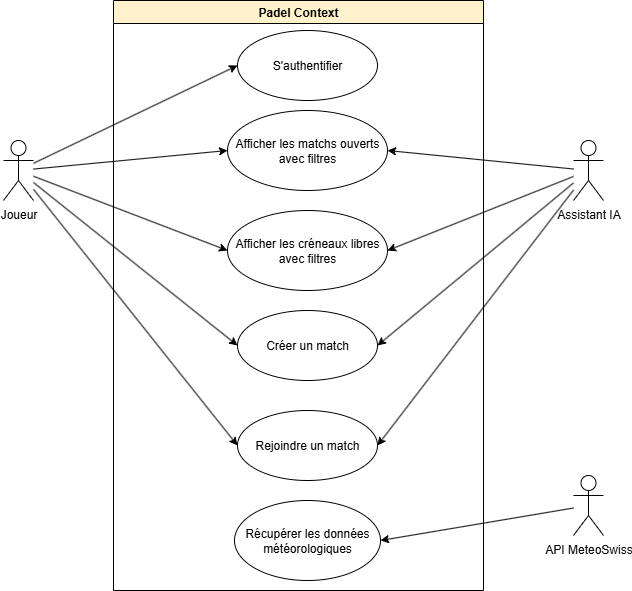
jonathanboreljaquet/bj-travail-bachelor-2026 keeps this draw.io diagram as documentation-latex/img/use_case_diagram.drawio.png. Above is the earlier version. Source tidied: cells renumbered, new cells last; positions are measured from the earlier drawing's top-left corner, leaving out a move shared by most shapes. The source it was exported from:
```xml
<mxGraphModel>
  <root>
    <mxCell id="0" />
    <mxCell id="1" parent="0" />
    <mxCell id="2" style="rounded=0;jettySize=auto;html=1;entryX=0;entryY=0.5;entryDx=0;entryDy=0;" parent="1" edge="1" source="7" target="9">
      <mxGeometry relative="1" as="geometry" />
    </mxCell>
    <mxCell id="3" style="rounded=0;jettySize=auto;html=1;entryX=0;entryY=0.5;entryDx=0;entryDy=0;" parent="1" edge="1" source="7" target="10">
      <mxGeometry relative="1" as="geometry" />
    </mxCell>
    <mxCell id="4" style="rounded=0;jettySize=auto;html=1;entryX=0;entryY=0.5;entryDx=0;entryDy=0;" parent="1" edge="1" source="7" target="12">
      <mxGeometry relative="1" as="geometry" />
    </mxCell>
    <mxCell id="5" style="rounded=0;jettySize=auto;html=1;entryX=0;entryY=0.5;entryDx=0;entryDy=0;" parent="1" edge="1" source="7" target="11">
      <mxGeometry relative="1" as="geometry" />
    </mxCell>
    <mxCell id="6" style="rounded=0;jettySize=auto;html=1;entryX=0;entryY=0.5;entryDx=0;entryDy=0;" parent="1" edge="1" source="7" target="13">
      <mxGeometry relative="1" as="geometry" />
    </mxCell>
    <mxCell id="7" value="Joueur" style="shape=umlActor;verticalLabelPosition=bottom;verticalAlign=top;html=1;" parent="1" vertex="1">
      <mxGeometry y="140" width="30" height="60" as="geometry" />
    </mxCell>
    <mxCell id="8" value="Padel Context" style="swimlane;whiteSpace=wrap;html=1;fillColor=#fff2cc;strokeColor=default;gradientColor=none;" parent="1" vertex="1">
      <mxGeometry x="110" width="370" height="590" as="geometry" />
    </mxCell>
    <mxCell id="9" value="S'authentifier" style="ellipse;whiteSpace=wrap;html=1;" parent="8" vertex="1">
      <mxGeometry x="124" y="30" width="140" height="70" as="geometry" />
    </mxCell>
    <mxCell id="10" value="Afficher les créneaux libres avec filtres" style="ellipse;whiteSpace=wrap;html=1;" parent="8" vertex="1">
      <mxGeometry x="114" y="210" width="160" height="80" as="geometry" />
    </mxCell>
    <mxCell id="11" value="Créer un match" style="ellipse;whiteSpace=wrap;html=1;" parent="8" vertex="1">
      <mxGeometry x="124" y="310" width="140" height="70" as="geometry" />
    </mxCell>
    <mxCell id="12" value="Afficher les matchs ouverts avec filtres" style="ellipse;whiteSpace=wrap;html=1;" parent="8" vertex="1">
      <mxGeometry x="114" y="110" width="160" height="80" as="geometry" />
    </mxCell>
    <mxCell id="13" value="Rejoindre un match" style="ellipse;whiteSpace=wrap;html=1;" parent="8" vertex="1">
      <mxGeometry x="124" y="410" width="140" height="70" as="geometry" />
    </mxCell>
    <mxCell id="14" value="Récupérer les données météorologiques" style="ellipse;whiteSpace=wrap;html=1;" parent="8" vertex="1">
      <mxGeometry x="121" y="500" width="146" height="80" as="geometry" />
    </mxCell>
    <mxCell id="15" style="rounded=0;jettySize=auto;html=1;entryX=1;entryY=0.5;entryDx=0;entryDy=0;" parent="1" edge="1" source="17" target="12">
      <mxGeometry relative="1" as="geometry" />
    </mxCell>
    <mxCell id="16" style="rounded=0;jettySize=auto;html=1;" parent="1" edge="1" source="17">
      <mxGeometry relative="1" as="geometry">
        <mxPoint x="384" y="250" as="targetPoint" />
      </mxGeometry>
    </mxCell>
    <mxCell id="17" value="Assistant IA" style="shape=umlActor;verticalLabelPosition=bottom;verticalAlign=top;html=1;" parent="1" vertex="1">
      <mxGeometry x="570" y="140" width="30" height="60" as="geometry" />
    </mxCell>
    <mxCell id="18" style="rounded=0;jettySize=auto;html=1;entryX=1;entryY=0.5;entryDx=0;entryDy=0;" parent="1" edge="1" source="19" target="14">
      <mxGeometry relative="1" as="geometry" />
    </mxCell>
    <mxCell id="19" value="API MeteoSwiss" style="shape=umlActor;verticalLabelPosition=bottom;verticalAlign=top;html=1;" parent="1" vertex="1">
      <mxGeometry x="570" y="475" width="30" height="60" as="geometry" />
    </mxCell>
    <mxCell id="20" style="rounded=0;jettySize=auto;html=1;entryX=1;entryY=0.5;entryDx=0;entryDy=0;" parent="1" edge="1" source="17" target="11">
      <mxGeometry relative="1" as="geometry" />
    </mxCell>
    <mxCell id="21" style="rounded=0;jettySize=auto;html=1;entryX=1;entryY=0.5;entryDx=0;entryDy=0;" parent="1" edge="1" source="17" target="13">
      <mxGeometry relative="1" as="geometry" />
    </mxCell>
  </root>
</mxGraphModel>
```
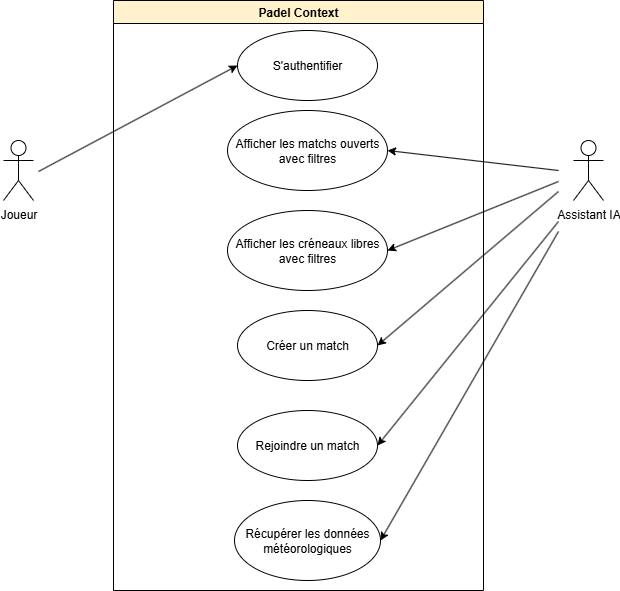
After the commit.

Diff of the diagram source:
```diff
@@ -2,21 +2,11 @@
   <root>
     <mxCell id="0" />
     <mxCell id="1" parent="0" />
-    <mxCell id="2" style="rounded=0;jettySize=auto;html=1;entryX=0;entryY=0.5;entryDx=0;entryDy=0;" parent="1" edge="1" source="7" target="9">
-      <mxGeometry relative="1" as="geometry" />
+    <mxCell id="2" style="rounded=0;jettySize=auto;html=1;entryX=0;entryY=0.5;entryDx=0;entryDy=0;" parent="1" edge="1" target="9">
+      <mxGeometry relative="1" as="geometry">
+        <mxPoint x="35" y="171" as="sourcePoint" />
+      </mxGeometry>
     </mxCell>
-    <mxCell id="3" style="rounded=0;jettySize=auto;html=1;entryX=0;entryY=0.5;entryDx=0;entryDy=0;" parent="1" edge="1" source="7" target="10">
-      <mxGeometry relative="1" as="geometry" />
-    </mxCell>
-    <mxCell id="4" style="rounded=0;jettySize=auto;html=1;entryX=0;entryY=0.5;entryDx=0;entryDy=0;" parent="1" edge="1" source="7" target="12">
-      <mxGeometry relative="1" as="geometry" />
-    </mxCell>
-    <mxCell id="5" style="rounded=0;jettySize=auto;html=1;entryX=0;entryY=0.5;entryDx=0;entryDy=0;" parent="1" edge="1" source="7" target="11">
-      <mxGeometry relative="1" as="geometry" />
-    </mxCell>
-    <mxCell id="6" style="rounded=0;jettySize=auto;html=1;entryX=0;entryY=0.5;entryDx=0;entryDy=0;" parent="1" edge="1" source="7" target="13">
-      <mxGeometry relative="1" as="geometry" />
-    </mxCell>
     <mxCell id="7" value="Joueur" style="shape=umlActor;verticalLabelPosition=bottom;verticalAlign=top;html=1;" parent="1" vertex="1">
       <mxGeometry y="140" width="30" height="60" as="geometry" />
     </mxCell>
@@ -41,28 +31,34 @@
     <mxCell id="14" value="Récupérer les données météorologiques" style="ellipse;whiteSpace=wrap;html=1;" parent="8" vertex="1">
       <mxGeometry x="121" y="500" width="146" height="80" as="geometry" />
     </mxCell>
-    <mxCell id="15" style="rounded=0;jettySize=auto;html=1;entryX=1;entryY=0.5;entryDx=0;entryDy=0;" parent="1" edge="1" source="17" target="12">
-      <mxGeometry relative="1" as="geometry" />
+    <mxCell id="15" style="rounded=0;jettySize=auto;html=1;entryX=1;entryY=0.5;entryDx=0;entryDy=0;" parent="1" edge="1" target="12">
+      <mxGeometry relative="1" as="geometry">
+        <mxPoint x="555" y="170" as="sourcePoint" />
+      </mxGeometry>
     </mxCell>
-    <mxCell id="16" style="rounded=0;jettySize=auto;html=1;" parent="1" edge="1" source="17">
+    <mxCell id="16" style="rounded=0;orthogonalLoop=1;jettySize=auto;html=1;" parent="1" edge="1">
       <mxGeometry relative="1" as="geometry">
+        <mxPoint x="555" y="181" as="sourcePoint" />
         <mxPoint x="384" y="250" as="targetPoint" />
       </mxGeometry>
     </mxCell>
+    <mxCell id="22" style="rounded=0;jettySize=auto;html=1;entryX=1;entryY=0.5;entryDx=0;entryDy=0;" parent="1" edge="1" target="14">
+      <mxGeometry relative="1" as="geometry">
+        <mxPoint x="555" y="231" as="sourcePoint" />
+      </mxGeometry>
+    </mxCell>
     <mxCell id="17" value="Assistant IA" style="shape=umlActor;verticalLabelPosition=bottom;verticalAlign=top;html=1;" parent="1" vertex="1">
       <mxGeometry x="570" y="140" width="30" height="60" as="geometry" />
     </mxCell>
-    <mxCell id="18" style="rounded=0;jettySize=auto;html=1;entryX=1;entryY=0.5;entryDx=0;entryDy=0;" parent="1" edge="1" source="19" target="14">
-      <mxGeometry relative="1" as="geometry" />
-    </mxCell>
-    <mxCell id="19" value="API MeteoSwiss" style="shape=umlActor;verticalLabelPosition=bottom;verticalAlign=top;html=1;" parent="1" vertex="1">
-      <mxGeometry x="570" y="475" width="30" height="60" as="geometry" />
-    </mxCell>
-    <mxCell id="20" style="rounded=0;jettySize=auto;html=1;entryX=1;entryY=0.5;entryDx=0;entryDy=0;" parent="1" edge="1" source="17" target="11">
-      <mxGeometry relative="1" as="geometry" />
+    <mxCell id="20" style="rounded=0;jettySize=auto;html=1;entryX=1;entryY=0.5;entryDx=0;entryDy=0;" parent="1" edge="1" target="11">
+      <mxGeometry relative="1" as="geometry">
+        <mxPoint x="555" y="191" as="sourcePoint" />
+      </mxGeometry>
     </mxCell>
-    <mxCell id="21" style="rounded=0;jettySize=auto;html=1;entryX=1;entryY=0.5;entryDx=0;entryDy=0;" parent="1" edge="1" source="17" target="13">
-      <mxGeometry relative="1" as="geometry" />
+    <mxCell id="21" style="rounded=0;jettySize=auto;html=1;entryX=1;entryY=0.5;entryDx=0;entryDy=0;" parent="1" edge="1" target="13">
+      <mxGeometry relative="1" as="geometry">
+        <mxPoint x="555" y="221" as="sourcePoint" />
+      </mxGeometry>
     </mxCell>
   </root>
 </mxGraphModel>
```
